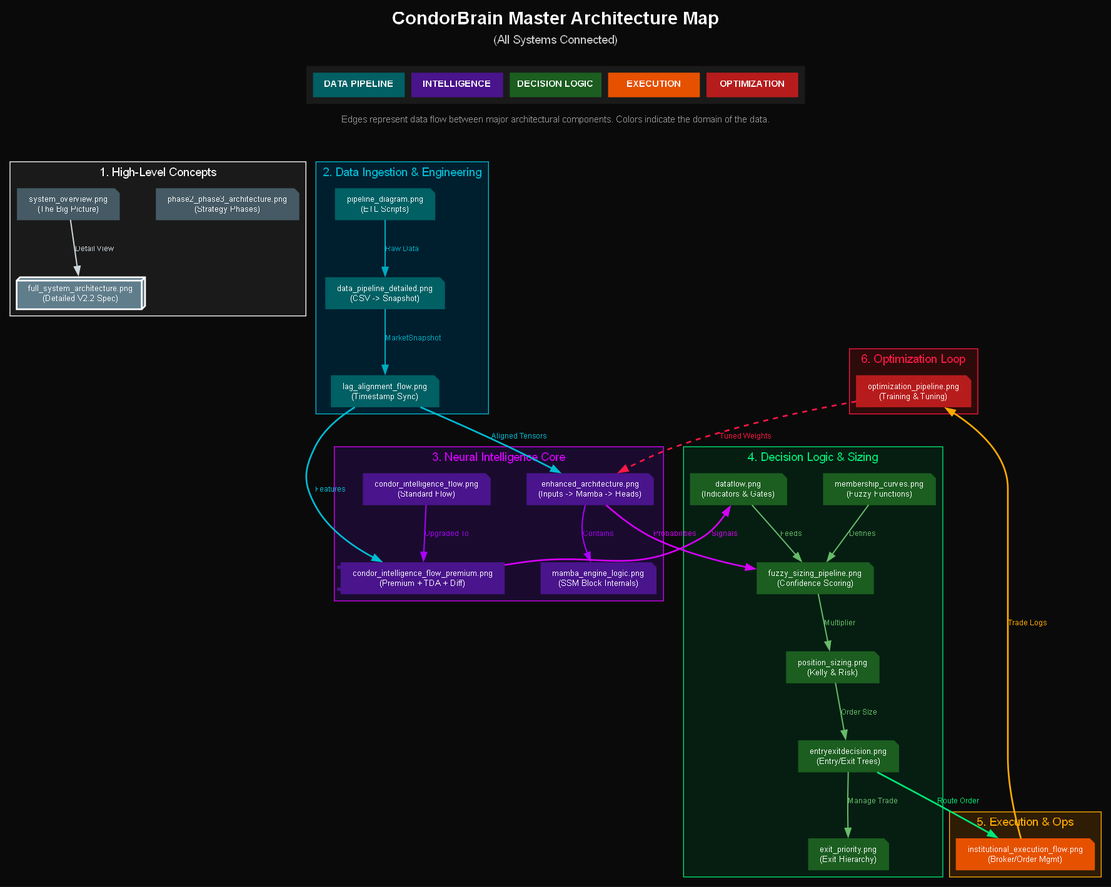
Earlier version of the Graphviz export docs/architecture/diagram_map.png (trextrader/spy-iron-condor-trading). Its source is kept beside it as docs/architecture/diagram_map.dot.
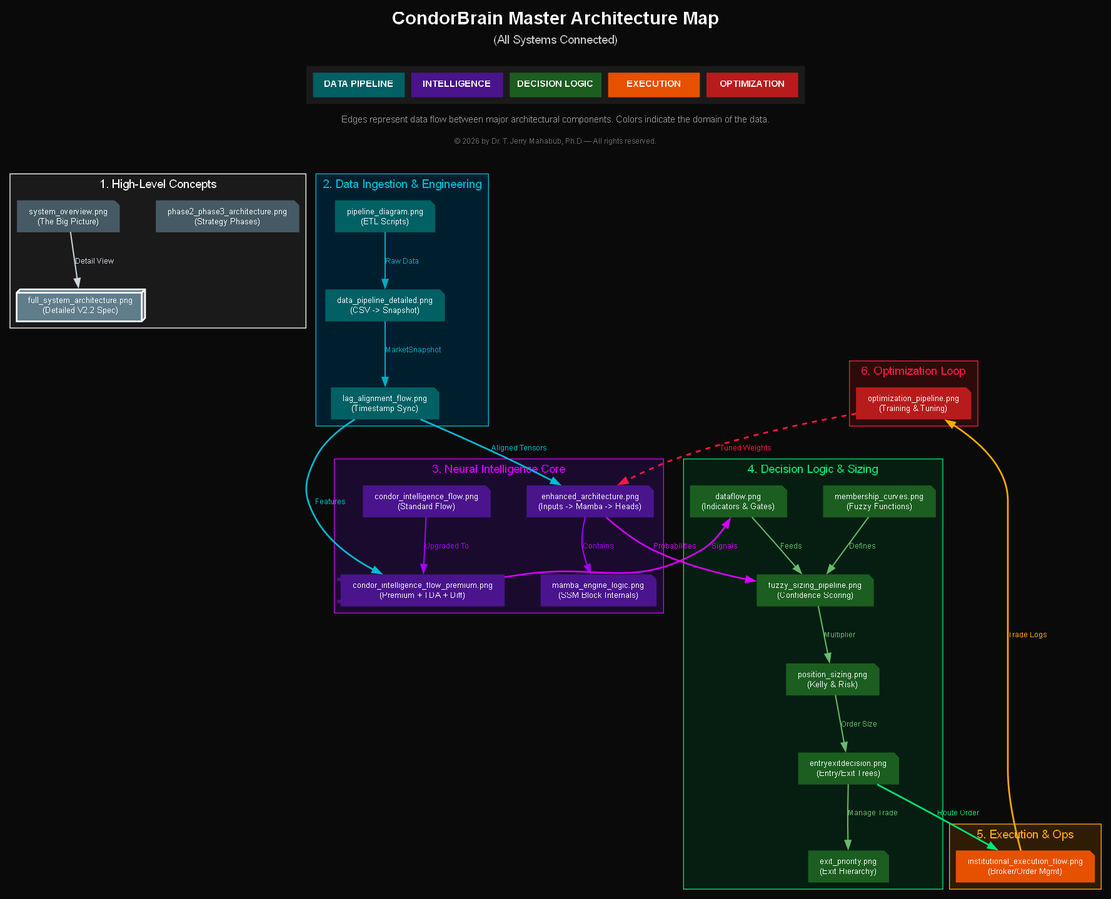
The same file after the commit.

Change to the diagram source:
```diff
@@ -28,7 +28,9 @@
       </TD></TR>
       <TR><TD HEIGHT="8"></TD></TR>
       <TR><TD><FONT POINT-SIZE="11" COLOR="#999999">Edges represent data flow between major architectural components. Colors indicate the domain of the data.</FONT></TD></TR>
-      <TR><TD HEIGHT="30"></TD></TR>
+      <TR><TD HEIGHT="10"></TD></TR>
+      <TR><TD><FONT POINT-SIZE="9" COLOR="#666666">© 2026 by Dr. T. Jerry Mahabub, Ph.D — All rights reserved.</FONT></TD></TR>
+      <TR><TD HEIGHT="20"></TD></TR>
     </TABLE>
     >;
 
```
